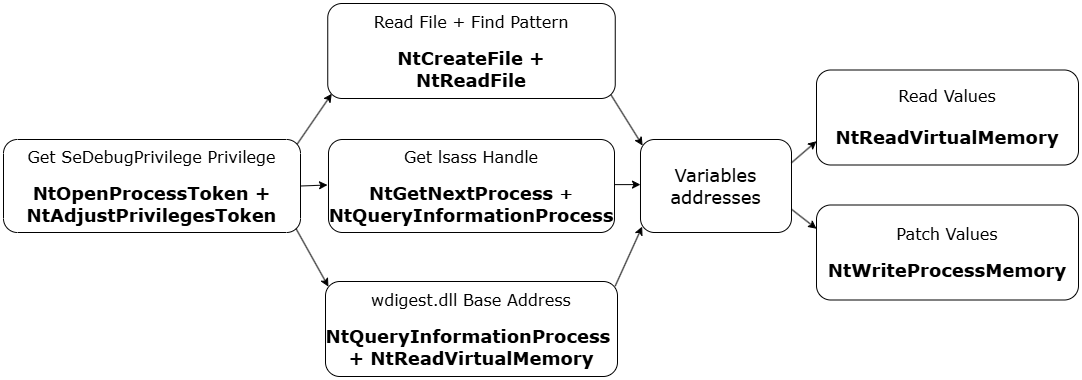
The draw.io diagram images/nativebypasscredguard/esquema.png in ricardojoserf/ricardojoserf.github.io, before a commit. Source tidied: cells renumbered, new cells last; positions are measured from the earlier drawing's top-left corner, leaving out a move shared by most shapes.
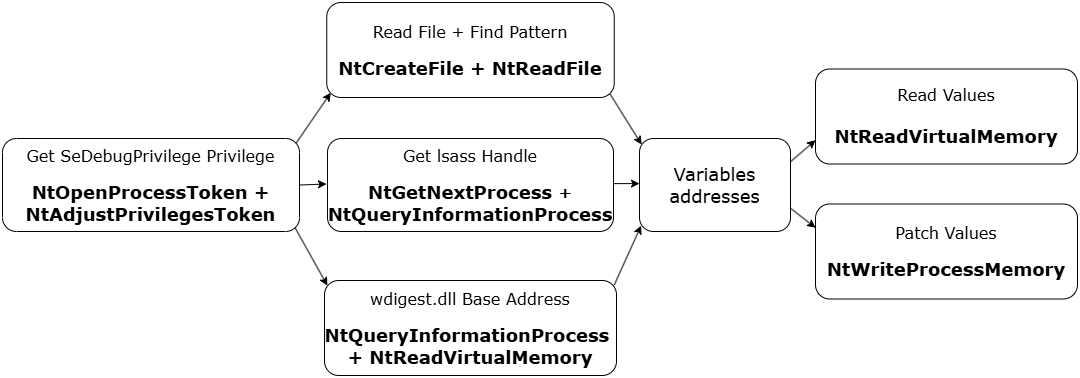
After the change.

Diff of the diagram source:
```diff
@@ -8,7 +8,7 @@
     <mxCell id="3" value="&lt;div&gt;&lt;font face=&quot;Verdana&quot; style=&quot;font-size: 16px;&quot;&gt;Get lsass Handle&lt;/font&gt;&lt;/div&gt;&lt;div&gt;&lt;font face=&quot;Verdana&quot; style=&quot;font-size: 14px;&quot;&gt;&lt;br&gt;&lt;/font&gt;&lt;/div&gt;&lt;div&gt;&lt;span style=&quot;background-color: initial;&quot;&gt;&lt;font face=&quot;Verdana&quot; style=&quot;font-size: 18px;&quot;&gt;&lt;b style=&quot;&quot;&gt;NtGetNextProcess&amp;nbsp;&lt;/b&gt;&lt;/font&gt;&lt;/span&gt;&lt;b style=&quot;font-family: Verdana; background-color: initial;&quot;&gt;&lt;span style=&quot;font-size: 16px;&quot;&gt;+ &lt;/span&gt;&lt;font style=&quot;font-size: 18px;&quot;&gt;NtQueryInformationProcess&lt;/font&gt;&lt;/b&gt;&lt;/div&gt;" style="rounded=1;whiteSpace=wrap;html=1;" parent="1" vertex="1">
       <mxGeometry x="325" y="136" width="286" height="93" as="geometry" />
     </mxCell>
-    <mxCell id="4" value="&lt;div&gt;&lt;font face=&quot;Verdana&quot; style=&quot;font-size: 16px;&quot;&gt;Read File + Find Pattern&lt;/font&gt;&lt;/div&gt;&lt;div&gt;&lt;font face=&quot;Verdana&quot; style=&quot;font-size: 14px;&quot;&gt;&lt;br&gt;&lt;/font&gt;&lt;/div&gt;&lt;div&gt;&lt;span style=&quot;background-color: initial;&quot;&gt;&lt;font face=&quot;Verdana&quot; style=&quot;font-size: 18px;&quot;&gt;&lt;b style=&quot;&quot;&gt;NtCreateFile +&lt;/b&gt;&lt;/font&gt;&lt;/span&gt;&lt;/div&gt;&lt;div&gt;&lt;b style=&quot;background-color: initial;&quot;&gt;&lt;font face=&quot;Verdana&quot; style=&quot;font-size: 18px;&quot;&gt;&lt;span style=&quot;background-color: initial;&quot;&gt;NtReadFile&lt;/span&gt;&lt;/font&gt;&lt;/b&gt;&lt;/div&gt;" style="rounded=1;whiteSpace=wrap;html=1;" parent="1" vertex="1">
+    <mxCell id="4" value="&lt;div&gt;&lt;font face=&quot;Verdana&quot; style=&quot;font-size: 16px;&quot;&gt;Read File + Find Pattern&lt;/font&gt;&lt;/div&gt;&lt;div&gt;&lt;font face=&quot;Verdana&quot; style=&quot;font-size: 14px;&quot;&gt;&lt;br&gt;&lt;/font&gt;&lt;/div&gt;&lt;div&gt;&lt;span style=&quot;background-color: initial;&quot;&gt;&lt;font face=&quot;Verdana&quot; style=&quot;font-size: 18px;&quot;&gt;&lt;b style=&quot;&quot;&gt;NtCreateFile +&amp;nbsp;&lt;/b&gt;&lt;/font&gt;&lt;/span&gt;&lt;b style=&quot;background-color: initial;&quot;&gt;&lt;font face=&quot;Verdana&quot; style=&quot;font-size: 18px;&quot;&gt;&lt;span style=&quot;background-color: initial;&quot;&gt;NtReadFile&lt;/span&gt;&lt;/font&gt;&lt;/b&gt;&lt;/div&gt;" style="rounded=1;whiteSpace=wrap;html=1;" parent="1" vertex="1">
       <mxGeometry x="324.2" width="287.5" height="95" as="geometry" />
     </mxCell>
     <mxCell id="5" value="&lt;div&gt;&lt;font face=&quot;Verdana&quot; style=&quot;font-size: 16px;&quot;&gt;wdigest.dll Base Address&lt;/font&gt;&lt;/div&gt;&lt;div&gt;&lt;font face=&quot;Verdana&quot; style=&quot;font-size: 14px;&quot;&gt;&lt;br&gt;&lt;/font&gt;&lt;/div&gt;&lt;div&gt;&lt;span style=&quot;background-color: initial;&quot;&gt;&lt;b style=&quot;&quot;&gt;&lt;font style=&quot;font-size: 18px;&quot; face=&quot;Verdana&quot;&gt;NtQueryInformationProcess&amp;nbsp;&lt;/font&gt;&lt;/b&gt;&lt;/span&gt;&lt;/div&gt;&lt;div&gt;&lt;span style=&quot;background-color: initial;&quot;&gt;&lt;font face=&quot;Verdana&quot; style=&quot;font-size: 18px;&quot;&gt;&lt;b style=&quot;&quot;&gt;+ NtReadVirtualMemory&lt;/b&gt;&lt;/font&gt;&lt;/span&gt;&lt;/div&gt;" style="rounded=1;whiteSpace=wrap;html=1;" parent="1" vertex="1">
```
